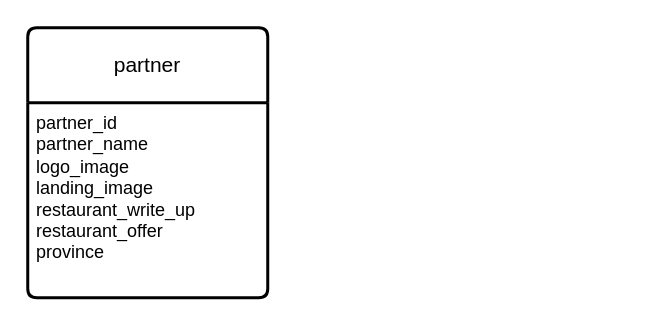
This is page "Page-2" (2 of 5) of ProjectNotes/tug.drawio from GrahamCT/GOR2026, a draw.io file, before an edit. Source tidied: cells renumbered, new cells numbered last; positions are measured from the earlier drawing's top-left corner, leaving out a move shared by most shapes. Both pictures are drawn from the tidied source at 150%, with x=0, y=0 at pixel (27, 27).
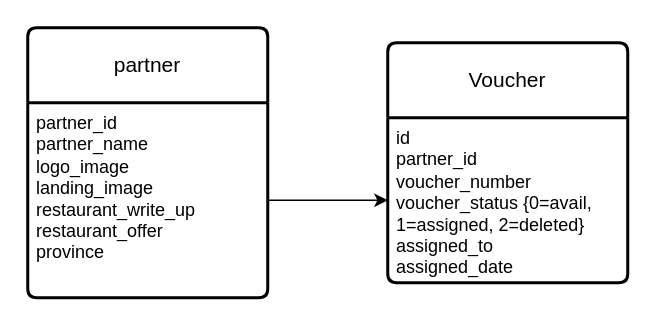
After the change.

Change to the diagram source:
```diff
@@
 <mxGraphModel>
   <root>
     <mxCell id="0" />
     <mxCell id="1" parent="0" />
     <mxCell id="2" value="partner" style="swimlane;horizontal=1;startSize=50;rounded=1;fontSize=14;fontStyle=0;strokeWidth=2;shadow=0;dashed=0;align=center;arcSize=4;whiteSpace=wrap;html=1;" parent="1" vertex="1">
       <mxGeometry width="160" height="180" as="geometry" />
     </mxCell>
     <mxCell id="3" value="&lt;div&gt;partner_id&lt;/div&gt;partner_name&lt;div&gt;logo_image&lt;/div&gt;&lt;div&gt;landing_image&lt;/div&gt;&lt;div&gt;restaurant_write_up&lt;/div&gt;&lt;div&gt;restaurant_offer&lt;/div&gt;&lt;div&gt;province&lt;br&gt;&lt;div&gt;&lt;div&gt;&lt;br&gt;&lt;/div&gt;&lt;/div&gt;&lt;/div&gt;" style="align=left;strokeColor=none;fillColor=none;spacingLeft=4;spacingRight=4;fontSize=12;verticalAlign=top;html=1;whiteSpace=wrap;" parent="2" vertex="1">
       <mxGeometry y="50" width="160" height="130" as="geometry" />
     </mxCell>
+    <mxCell id="4" value="Voucher" style="swimlane;horizontal=1;startSize=50;rounded=1;fontSize=14;fontStyle=0;strokeWidth=2;shadow=0;dashed=0;align=center;arcSize=4;whiteSpace=wrap;html=1;" parent="1" vertex="1">
+      <mxGeometry x="240" y="10" width="160" height="160" as="geometry" />
+    </mxCell>
+    <mxCell id="5" value="&lt;div&gt;id&lt;/div&gt;&lt;div&gt;partner_id&lt;/div&gt;&lt;div&gt;voucher_number&lt;/div&gt;&lt;div&gt;voucher_status {0=avail, 1=assigned, 2=deleted}&amp;nbsp;&lt;/div&gt;&lt;div&gt;assigned_to&lt;/div&gt;&lt;div&gt;assigned_date&lt;/div&gt;&lt;div&gt;&lt;div&gt;&lt;div&gt;&lt;br&gt;&lt;/div&gt;&lt;/div&gt;&lt;/div&gt;" style="align=left;strokeColor=none;fillColor=none;spacingLeft=4;spacingRight=4;fontSize=12;verticalAlign=top;html=1;whiteSpace=wrap;" parent="4" vertex="1">
+      <mxGeometry y="50" width="160" height="110" as="geometry" />
+    </mxCell>
+    <mxCell id="6" style="edgeStyle=orthogonalEdgeStyle;rounded=0;jettySize=auto;html=1;" parent="1" edge="1" source="3" target="5">
+      <mxGeometry relative="1" as="geometry" />
+    </mxCell>
   </root>
 </mxGraphModel>
```
